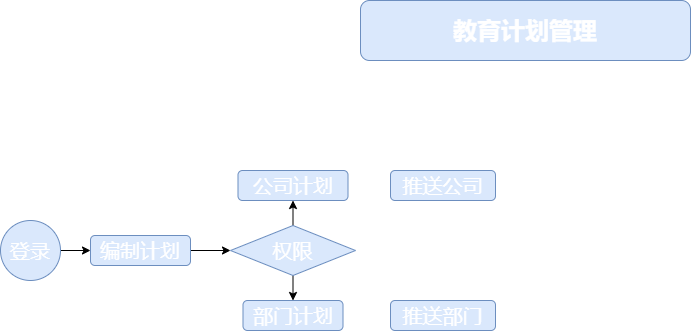
Earlier version of the draw.io export Untitled Diagram.drawio.png (lenonjone/Toolkits). Source tidied: cells renumbered, new cells last; positions are measured from the earlier drawing's top-left corner, leaving out a move shared by most shapes.
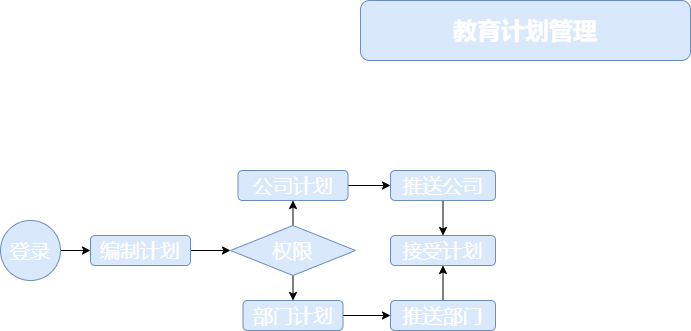
After the change.

Change to the diagram source:
```diff
@@ -17,12 +17,21 @@
     <mxCell id="6" value="登录" style="ellipse;whiteSpace=wrap;html=1;fontSize=20;fillColor=#dae8fc;strokeColor=#6c8ebf;fontColor=#FFFFFF;" parent="1" vertex="1">
       <mxGeometry y="220" width="60" height="60" as="geometry" />
     </mxCell>
+    <mxCell id="14" style="edgeStyle=orthogonalEdgeStyle;rounded=0;jettySize=auto;html=1;exitX=0.5;exitY=1;exitDx=0;exitDy=0;entryX=0.5;entryY=0;entryDx=0;entryDy=0;fontSize=20;fontColor=#FFFFFF;" parent="1" edge="1" source="7" target="18">
+      <mxGeometry relative="1" as="geometry" />
+    </mxCell>
     <mxCell id="7" value="推送公司" style="rounded=1;whiteSpace=wrap;html=1;fillColor=#dae8fc;strokeColor=#6c8ebf;fontColor=#FFFFFF;fontStyle=0;fontSize=20;" parent="1" vertex="1">
       <mxGeometry x="390" y="170" width="105" height="30" as="geometry" />
     </mxCell>
+    <mxCell id="15" style="edgeStyle=orthogonalEdgeStyle;rounded=0;jettySize=auto;html=1;exitX=1;exitY=0.5;exitDx=0;exitDy=0;entryX=0;entryY=0.5;entryDx=0;entryDy=0;fontSize=20;fontColor=#FFFFFF;" parent="1" edge="1" source="8" target="7">
+      <mxGeometry relative="1" as="geometry" />
+    </mxCell>
     <mxCell id="8" value="公司计划" style="rounded=1;whiteSpace=wrap;html=1;fillColor=#dae8fc;strokeColor=#6c8ebf;fontColor=#FFFFFF;fontStyle=0;fontSize=20;" parent="1" vertex="1">
       <mxGeometry x="237.5" y="170" width="110" height="30" as="geometry" />
     </mxCell>
+    <mxCell id="16" style="edgeStyle=orthogonalEdgeStyle;rounded=0;jettySize=auto;html=1;exitX=1;exitY=0.5;exitDx=0;exitDy=0;entryX=0;entryY=0.5;entryDx=0;entryDy=0;fontSize=20;fontColor=#FFFFFF;" parent="1" edge="1" source="9" target="13">
+      <mxGeometry relative="1" as="geometry" />
+    </mxCell>
     <mxCell id="9" value="部门计划" style="rounded=1;whiteSpace=wrap;html=1;fillColor=#dae8fc;strokeColor=#6c8ebf;fontColor=#FFFFFF;fontStyle=0;fontSize=20;" parent="1" vertex="1">
       <mxGeometry x="242.5" y="300" width="100" height="30" as="geometry" />
     </mxCell>
@@ -35,8 +44,14 @@
     <mxCell id="12" value="权限" style="rhombus;whiteSpace=wrap;html=1;fontSize=20;fillColor=#dae8fc;strokeColor=#6c8ebf;fontColor=#FFFFFF;" parent="1" vertex="1">
       <mxGeometry x="230" y="225" width="125" height="50" as="geometry" />
     </mxCell>
+    <mxCell id="17" style="edgeStyle=orthogonalEdgeStyle;rounded=0;jettySize=auto;html=1;exitX=0.5;exitY=0;exitDx=0;exitDy=0;entryX=0.5;entryY=1;entryDx=0;entryDy=0;fontSize=20;fontColor=#FFFFFF;" parent="1" edge="1" source="13" target="18">
+      <mxGeometry relative="1" as="geometry" />
+    </mxCell>
     <mxCell id="13" value="推送部门" style="rounded=1;whiteSpace=wrap;html=1;fillColor=#dae8fc;strokeColor=#6c8ebf;fontColor=#FFFFFF;fontStyle=0;fontSize=20;" parent="1" vertex="1">
       <mxGeometry x="390" y="300" width="105" height="30" as="geometry" />
     </mxCell>
+    <mxCell id="18" value="接受计划" style="rounded=1;whiteSpace=wrap;html=1;fillColor=#dae8fc;strokeColor=#6c8ebf;fontColor=#FFFFFF;fontStyle=0;fontSize=20;" parent="1" vertex="1">
+      <mxGeometry x="390" y="235" width="105" height="30" as="geometry" />
+    </mxCell>
   </root>
 </mxGraphModel>
```
